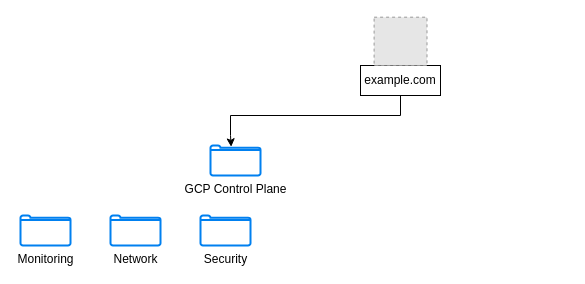
This is architecture-diagrams/GCP_Org.drawio from daslearning/gcp, a draw.io file, before an edit. Source tidied: cells renumbered, new cells numbered last; positions are measured from the earlier drawing's top-left corner, leaving out a move shared by most shapes. Both pictures are drawn from the tidied source at 100%, with x=0, y=0 at pixel (20, 17). Pictures stored in the file or linked from it are replaced by grey dashed boxes.
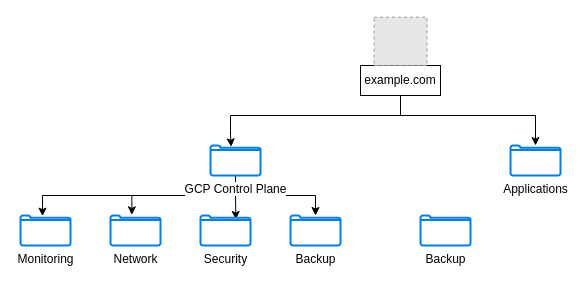
Above is the later version.

Unchanged cells that the change refers to:
```xml
<mxCell id="3" value="example.com" style="rounded=0;whiteSpace=wrap;html=1;" parent="1" vertex="1">
  <mxGeometry x="340" y="48" width="80" height="30" as="geometry" />
</mxCell>
<mxCell id="5" value="GCP Control Plane" style="html=1;verticalLabelPosition=bottom;align=center;labelBackgroundColor=#ffffff;verticalAlign=top;strokeWidth=2;strokeColor=#0080F0;shadow=0;dashed=0;shape=mxgraph.ios7.icons.folder;" parent="1" vertex="1">
  <mxGeometry x="190" y="128" width="50" height="30" as="geometry" />
</mxCell>
<mxCell id="6" value="Network" style="html=1;verticalLabelPosition=bottom;align=center;labelBackgroundColor=#ffffff;verticalAlign=top;strokeWidth=2;strokeColor=#0080F0;shadow=0;dashed=0;shape=mxgraph.ios7.icons.folder;" parent="1" vertex="1">
  <mxGeometry x="90" y="198" width="50" height="30" as="geometry" />
</mxCell>
<mxCell id="7" value="Security" style="html=1;verticalLabelPosition=bottom;align=center;labelBackgroundColor=#ffffff;verticalAlign=top;strokeWidth=2;strokeColor=#0080F0;shadow=0;dashed=0;shape=mxgraph.ios7.icons.folder;" parent="1" vertex="1">
  <mxGeometry x="180" y="198" width="50" height="30" as="geometry" />
</mxCell>
<mxCell id="8" value="Monitoring" style="html=1;verticalLabelPosition=bottom;align=center;labelBackgroundColor=#ffffff;verticalAlign=top;strokeWidth=2;strokeColor=#0080F0;shadow=0;dashed=0;shape=mxgraph.ios7.icons.folder;" parent="1" vertex="1">
  <mxGeometry y="198" width="50" height="30" as="geometry" />
</mxCell>
```

Diff of the diagram source:
```diff
@@
+    <mxCell id="9" style="edgeStyle=orthogonalEdgeStyle;rounded=0;jettySize=auto;html=1;" parent="1" edge="1" source="3" target="15">
+      <mxGeometry relative="1" as="geometry">
+        <Array as="points">
+          <mxPoint x="380" y="98" />
+          <mxPoint x="515" y="98" />
+        </Array>
+      </mxGeometry>
+    </mxCell>
@@
+    <mxCell id="10" style="edgeStyle=orthogonalEdgeStyle;rounded=0;jettySize=auto;html=1;entryX=0.707;entryY=0.133;entryDx=0;entryDy=0;entryPerimeter=0;" parent="1" edge="1" source="5" target="7">
+      <mxGeometry relative="1" as="geometry" />
+    </mxCell>
+    <mxCell id="11" style="edgeStyle=orthogonalEdgeStyle;rounded=0;jettySize=auto;html=1;entryX=0.427;entryY=-0.022;entryDx=0;entryDy=0;entryPerimeter=0;" parent="1" edge="1" source="5" target="6">
+      <mxGeometry relative="1" as="geometry">
+        <Array as="points">
+          <mxPoint x="215" y="178" />
+          <mxPoint x="111" y="178" />
+        </Array>
+      </mxGeometry>
+    </mxCell>
+    <mxCell id="12" style="edgeStyle=orthogonalEdgeStyle;rounded=0;jettySize=auto;html=1;entryX=0.44;entryY=0.022;entryDx=0;entryDy=0;entryPerimeter=0;" parent="1" edge="1" source="5" target="8">
+      <mxGeometry relative="1" as="geometry">
+        <Array as="points">
+          <mxPoint x="215" y="178" />
+          <mxPoint x="22" y="178" />
+        </Array>
+      </mxGeometry>
+    </mxCell>
+    <mxCell id="13" style="edgeStyle=orthogonalEdgeStyle;rounded=0;jettySize=auto;html=1;" parent="1" edge="1" source="5" target="14">
+      <mxGeometry relative="1" as="geometry">
+        <Array as="points">
+          <mxPoint x="215" y="178" />
+          <mxPoint x="295" y="178" />
+        </Array>
+      </mxGeometry>
+    </mxCell>
@@
+    <mxCell id="14" value="Backup" style="html=1;verticalLabelPosition=bottom;align=center;labelBackgroundColor=#ffffff;verticalAlign=top;strokeWidth=2;strokeColor=#0080F0;shadow=0;dashed=0;shape=mxgraph.ios7.icons.folder;" parent="1" vertex="1">
+      <mxGeometry x="270" y="198" width="50" height="30" as="geometry" />
+    </mxCell>
+    <mxCell id="15" value="Applications" style="html=1;verticalLabelPosition=bottom;align=center;labelBackgroundColor=#ffffff;verticalAlign=top;strokeWidth=2;strokeColor=#0080F0;shadow=0;dashed=0;shape=mxgraph.ios7.icons.folder;" parent="1" vertex="1">
+      <mxGeometry x="490" y="128" width="50" height="30" as="geometry" />
+    </mxCell>
+    <mxCell id="16" value="Backup" style="html=1;verticalLabelPosition=bottom;align=center;labelBackgroundColor=#ffffff;verticalAlign=top;strokeWidth=2;strokeColor=#0080F0;shadow=0;dashed=0;shape=mxgraph.ios7.icons.folder;" parent="1" vertex="1">
+      <mxGeometry x="400" y="198" width="50" height="30" as="geometry" />
+    </mxCell>
```
